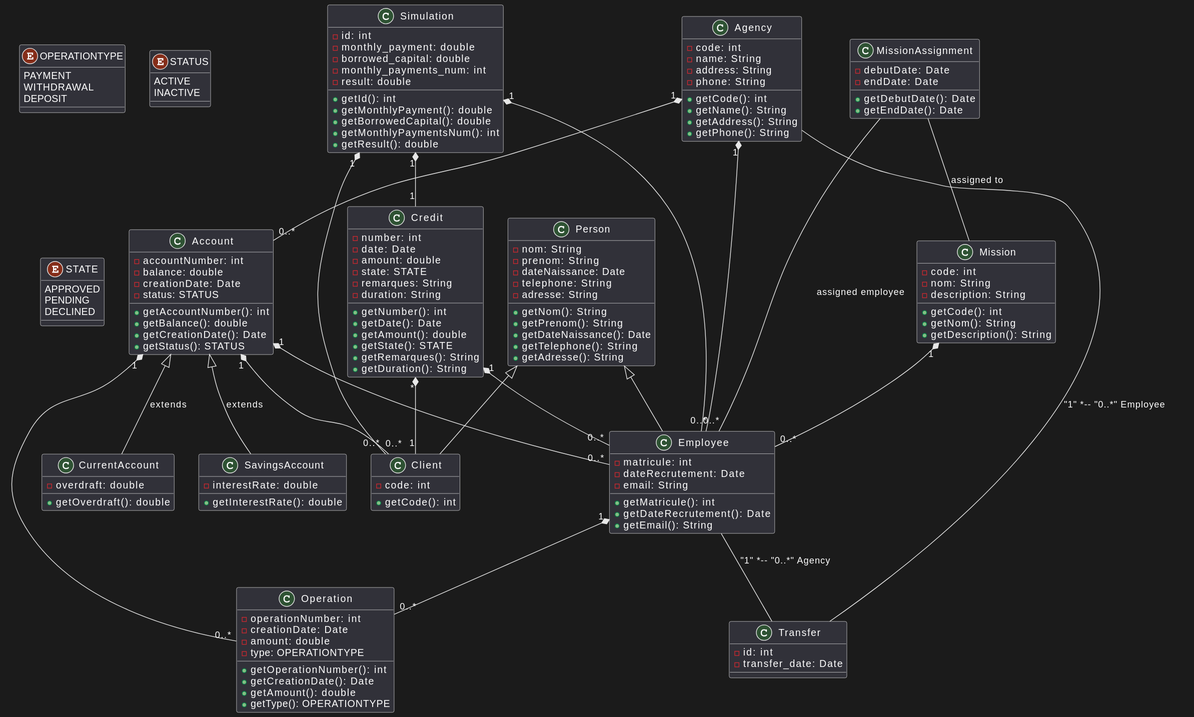
Earlier version of the PlantUML export assets/class_diagram.svg (AhmedEnnaime/EasyBank).
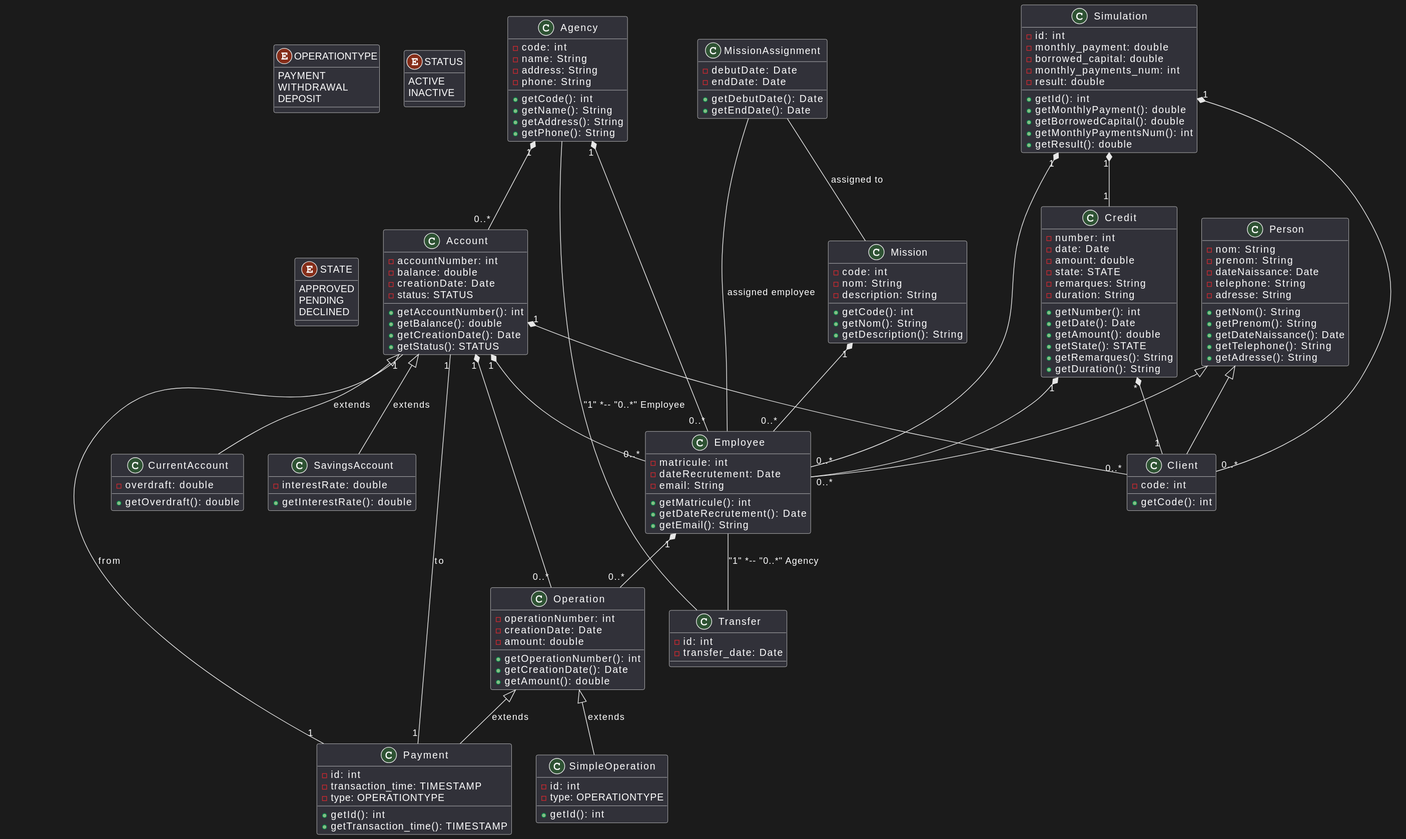
Later version of the same file.

Change to the diagram source:
```diff
@@ -67,11 +67,9 @@
   -operationNumber: int
   -creationDate: Date
   -amount: double
-  -type: OPERATIONTYPE
   +getOperationNumber(): int
   +getCreationDate(): Date
   +getAmount(): double
-  +getType(): OPERATIONTYPE
 }
 
 class Agency {
@@ -118,6 +116,20 @@
   +getDuration(): String
 }
 
+class Payment {
+  -id: int
+  -transaction_time: TIMESTAMP
+  -type: OPERATIONTYPE
+  +getId(): int
+  +getTransaction_time(): TIMESTAMP
+}
+
+class SimpleOperation {
+  -id: int
+  -type: OPERATIONTYPE
+  +getId(): int
+}
+
 Enum OPERATIONTYPE {
   PAYMENT
   WITHDRAWAL
@@ -153,4 +165,8 @@
 Simulation "1" *-- "1" Credit
 Agency -- Transfer : "1" *-- "0..*" Employee
 Employee -- Transfer : "1" *-- "0..*" Agency
+Operation <|-- Payment : extends
+Operation <|-- SimpleOperation : extends
+Payment "1" -- "1" Account: from
+Payment "1" -- "1" Account: to
 @enduml
```
